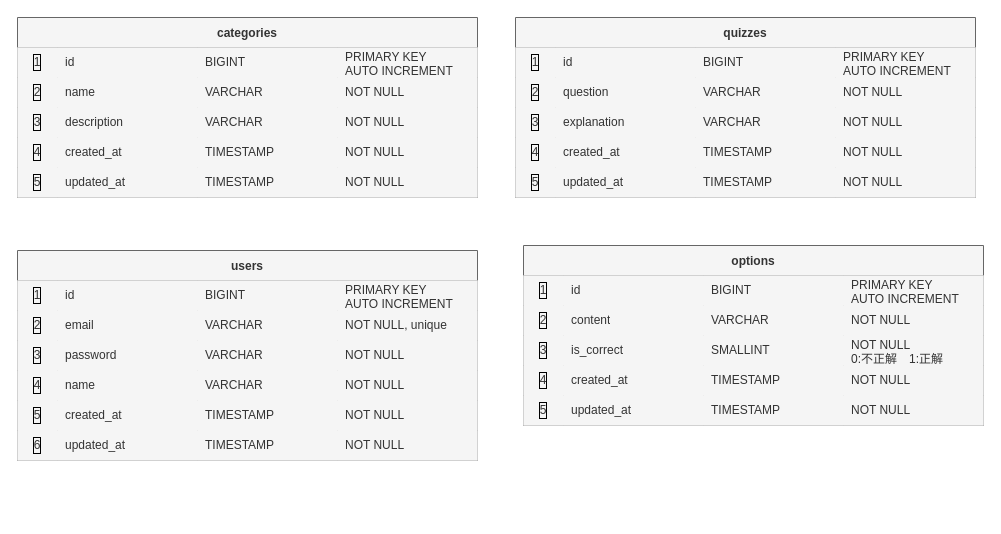
Before: db.drawio in natsuko-shibayama/quiz-app, a draw.io diagram. Source tidied: cells renumbered, new cells numbered last; positions are measured from the earlier drawing's top-left corner, leaving out a move shared by most shapes. Both pictures are drawn from the tidied source at 100%, with x=0, y=0 at pixel (17, 17).
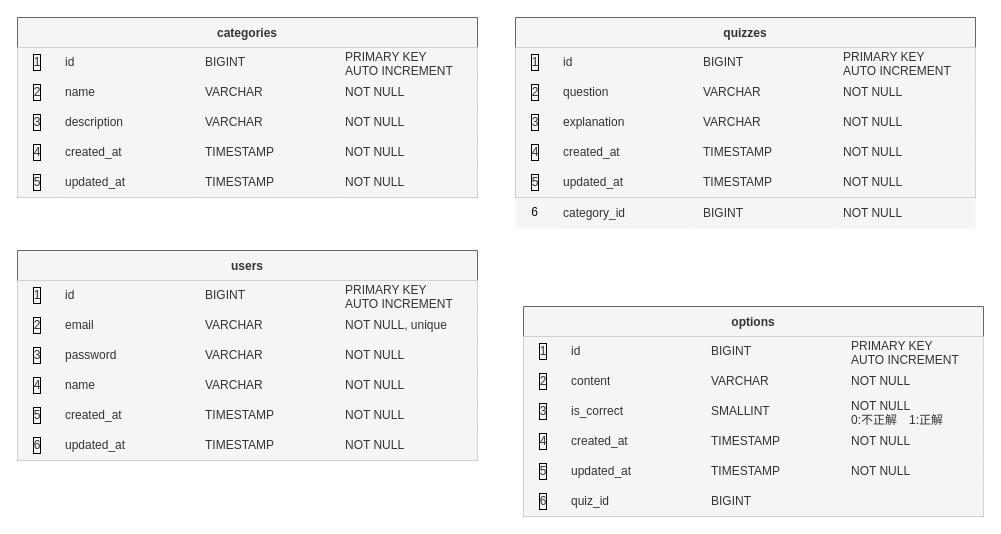
The same diagram, later.

Change to the diagram source:
```diff
@@
     <mxCell id="28" value="options" style="shape=table;startSize=30;childLayout=tableLayout;rowLines=0;fontStyle=1;fillColor=#f5f5f5;strokeColor=#666666;perimeterSpacing=1;swimlaneFillColor=default;fontColor=#333333;" parent="1" vertex="1">
-      <mxGeometry x="506" y="228" width="460" height="180" as="geometry" />
+      <mxGeometry x="506" y="289" width="460" height="210" as="geometry" />
     </mxCell>
@@
+    <mxCell id="111" style="shape=tableRow;horizontal=0;startSize=0;swimlaneHead=0;swimlaneBody=0;top=0;left=0;bottom=0;right=0;fillColor=#f5f5f5;strokeColor=#666666;perimeterSpacing=1;swimlaneFillColor=default;fontColor=#333333;" parent="28" vertex="1">
+      <mxGeometry y="180" width="460" height="30" as="geometry" />
+    </mxCell>
+    <mxCell id="112" value="6" style="shape=partialRectangle;html=1;whiteSpace=wrap;fillColor=#f5f5f5;top=0;left=0;bottom=0;right=0;overflow=hidden;strokeColor=#666666;perimeterSpacing=1;swimlaneFillColor=default;fontColor=#333333;labelBorderColor=default;" parent="111" vertex="1">
+      <mxGeometry width="40" height="30" as="geometry" />
+    </mxCell>
+    <mxCell id="113" value="quiz_id" style="shape=partialRectangle;html=1;whiteSpace=wrap;fillColor=#f5f5f5;top=0;left=0;bottom=0;right=0;align=left;spacingLeft=6;overflow=hidden;strokeColor=#666666;perimeterSpacing=1;swimlaneFillColor=default;fontColor=#333333;" parent="111" vertex="1">
+      <mxGeometry x="40" width="140" height="30" as="geometry" />
+    </mxCell>
+    <mxCell id="114" value="BIGINT" style="shape=partialRectangle;html=1;whiteSpace=wrap;fillColor=#f5f5f5;top=0;left=0;bottom=0;right=0;align=left;spacingLeft=6;overflow=hidden;strokeColor=#666666;perimeterSpacing=1;swimlaneFillColor=default;fontColor=#333333;" parent="111" vertex="1">
+      <mxGeometry x="180" width="140" height="30" as="geometry" />
+    </mxCell>
+    <mxCell id="115" style="shape=partialRectangle;html=1;whiteSpace=wrap;fillColor=#f5f5f5;top=0;left=0;bottom=0;right=0;align=left;spacingLeft=6;overflow=hidden;strokeColor=#666666;perimeterSpacing=1;swimlaneFillColor=default;fontColor=#333333;" parent="111" vertex="1">
+      <mxGeometry x="320" width="140" height="30" as="geometry" />
+    </mxCell>
@@
+    <mxCell id="116" style="shape=tableRow;horizontal=0;startSize=0;swimlaneHead=0;swimlaneBody=0;top=0;left=0;bottom=0;right=0;fillColor=#f5f5f5;strokeColor=#666666;perimeterSpacing=1;swimlaneFillColor=default;fontColor=#333333;" parent="1" vertex="1">
+      <mxGeometry x="498" y="181" width="460" height="30" as="geometry" />
+    </mxCell>
+    <mxCell id="117" value="category_id" style="shape=partialRectangle;html=1;whiteSpace=wrap;fillColor=#f5f5f5;top=0;left=0;bottom=0;right=0;align=left;spacingLeft=6;overflow=hidden;strokeColor=#666666;perimeterSpacing=1;swimlaneFillColor=default;fontColor=#333333;" parent="116" vertex="1">
+      <mxGeometry x="40" width="140" height="30" as="geometry" />
+    </mxCell>
+    <mxCell id="118" value="BIGINT" style="shape=partialRectangle;html=1;whiteSpace=wrap;fillColor=#f5f5f5;top=0;left=0;bottom=0;right=0;align=left;spacingLeft=6;overflow=hidden;strokeColor=#666666;perimeterSpacing=1;swimlaneFillColor=default;fontColor=#333333;" parent="116" vertex="1">
+      <mxGeometry x="180" width="140" height="30" as="geometry" />
+    </mxCell>
+    <mxCell id="119" value="NOT NULL" style="shape=partialRectangle;html=1;whiteSpace=wrap;fillColor=#f5f5f5;top=0;left=0;bottom=0;right=0;align=left;spacingLeft=6;overflow=hidden;strokeColor=#666666;perimeterSpacing=1;swimlaneFillColor=default;fontColor=#333333;" parent="116" vertex="1">
+      <mxGeometry x="320" width="140" height="30" as="geometry" />
+    </mxCell>
+    <mxCell id="120" value="6" style="text;html=1;align=center;verticalAlign=middle;strokeColor=none;fillColor=none;fontColor=#0a0a0a;" parent="1" vertex="1">
+      <mxGeometry x="504" y="182" width="25" height="26" as="geometry" />
+    </mxCell>
```
